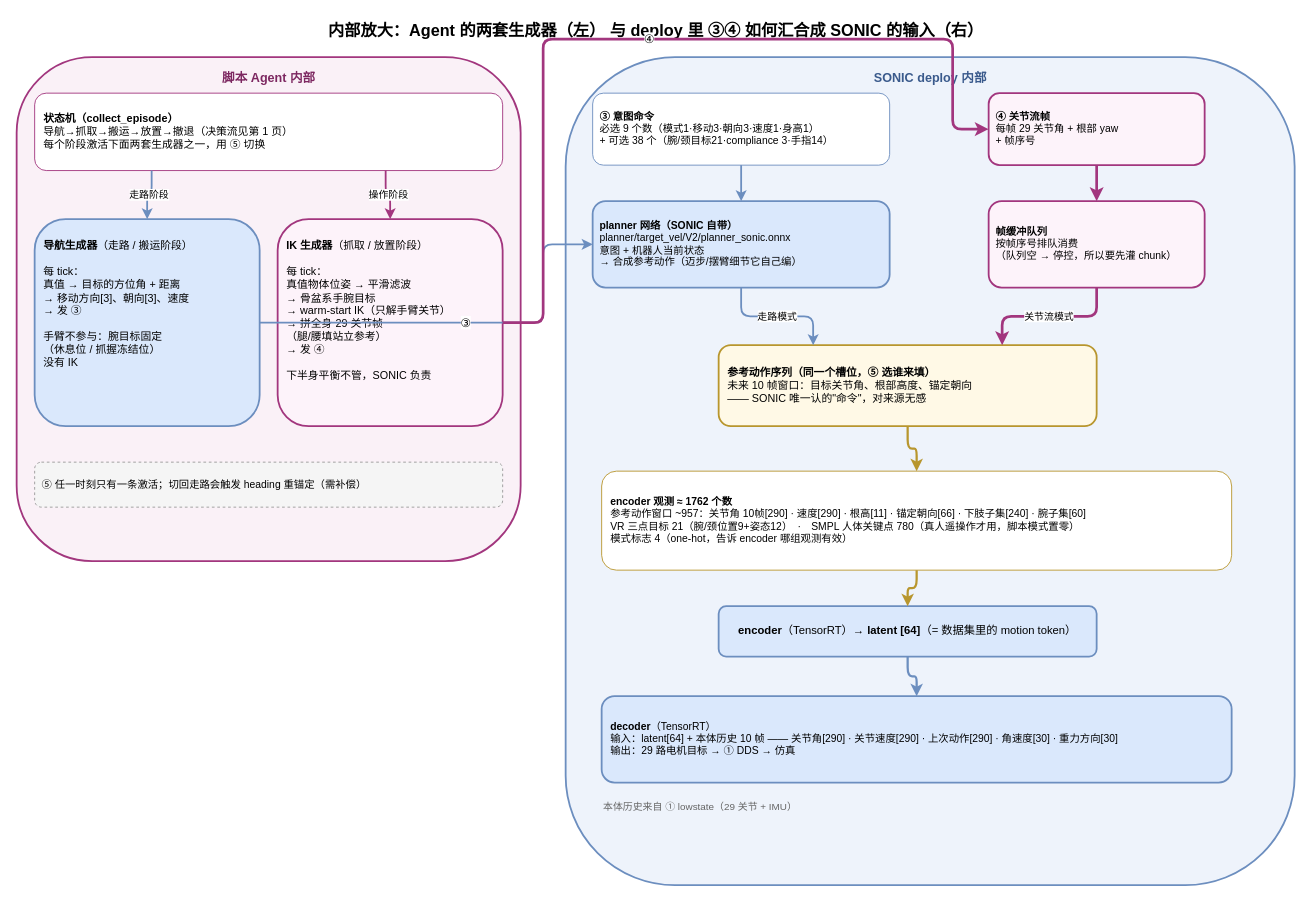
yijie21/locomanipulation keeps this draw.io diagram as page "internals" (3 of 3) of teleop_free/docs/architecture.drawio. Above is the earlier version. Source tidied: cells renumbered, new cells numbered last; positions are measured from the earlier drawing's top-left corner, leaving out a move shared by most shapes. Both pictures are drawn from the tidied source at 90%, with x=0, y=0 at pixel (16, 15).
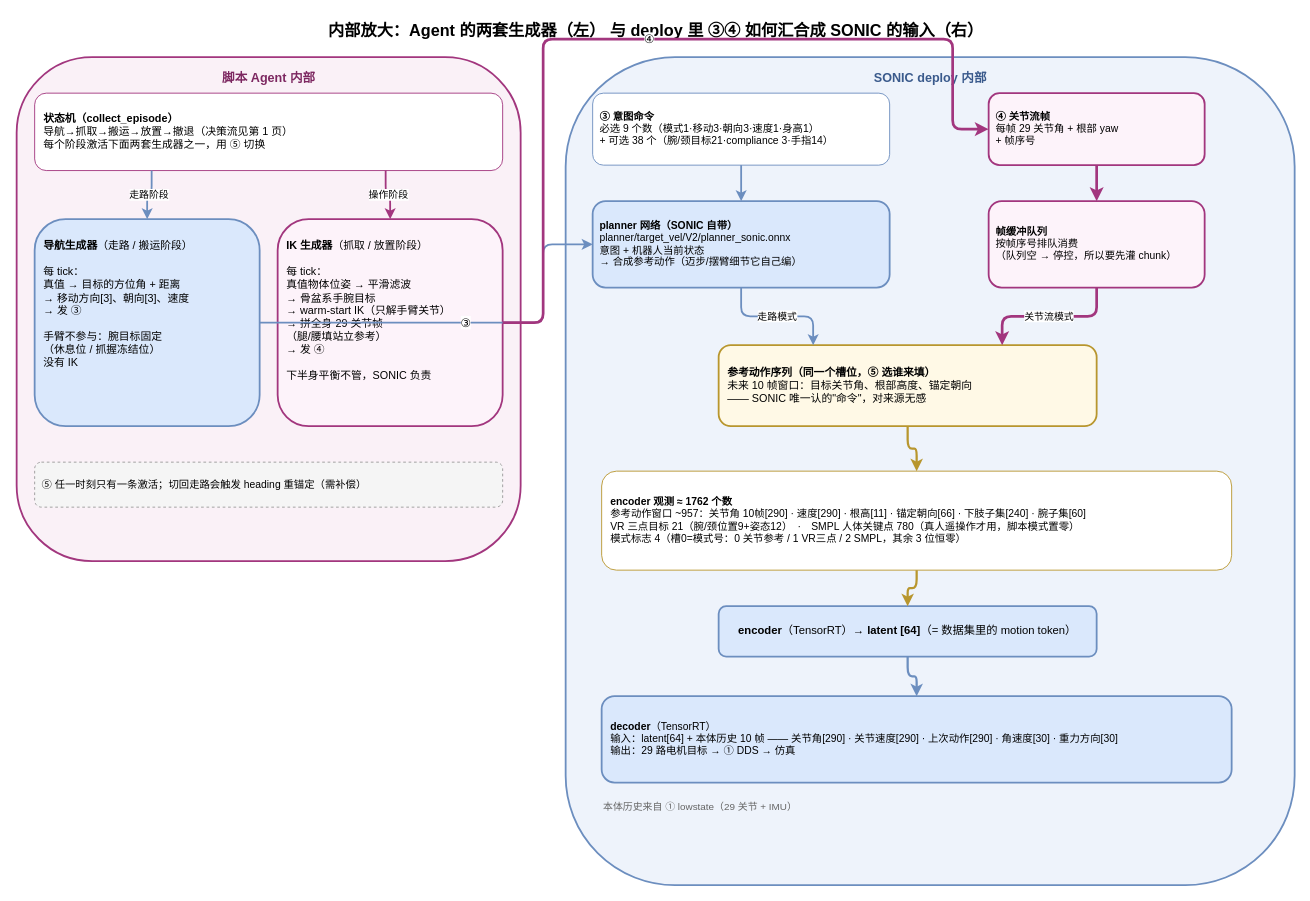
Above is the later version.

Commit message:
docs: correct encoder_mode_4 semantics (mode id 0/1/2 + zero padding, not one-hot)

What changed in the source:
```diff
@@
-    <mxCell id="16" value="&lt;b&gt;encoder 观测 ≈ 1762 个数&lt;/b&gt;&lt;br&gt;参考动作窗口 ~957：关节角 10帧[290] · 速度[290] · 根高[11] · 锚定朝向[66] · 下肢子集[240] · 腕子集[60]&lt;br&gt;VR 三点目标 21（腕/颈位置9+姿态12）　·　SMPL 人体关键点 780（真人遥操作才用，脚本模式置零）&lt;br&gt;模式标志 4（one-hot，告诉 encoder 哪组观测有效）" style="rounded=1;html=1;whiteSpace=wrap;fillColor=#ffffff;strokeColor=#b8962e;fontSize=11.5;align=left;spacing=10;" parent="1" vertex="1">
+    <mxCell id="16" value="&lt;b&gt;encoder 观测 ≈ 1762 个数&lt;/b&gt;&lt;br&gt;参考动作窗口 ~957：关节角 10帧[290] · 速度[290] · 根高[11] · 锚定朝向[66] · 下肢子集[240] · 腕子集[60]&lt;br&gt;VR 三点目标 21（腕/颈位置9+姿态12）　·　SMPL 人体关键点 780（真人遥操作才用，脚本模式置零）&lt;br&gt;模式标志 4（槽0=模式号：0 关节参考 / 1 VR三点 / 2 SMPL，其余 3 位恒零）" style="rounded=1;html=1;whiteSpace=wrap;fillColor=#ffffff;strokeColor=#b8962e;fontSize=11.5;align=left;spacing=10;" parent="1" vertex="1">
       <mxGeometry x="650" y="506" width="700" height="110" as="geometry" />
     </mxCell>
```
